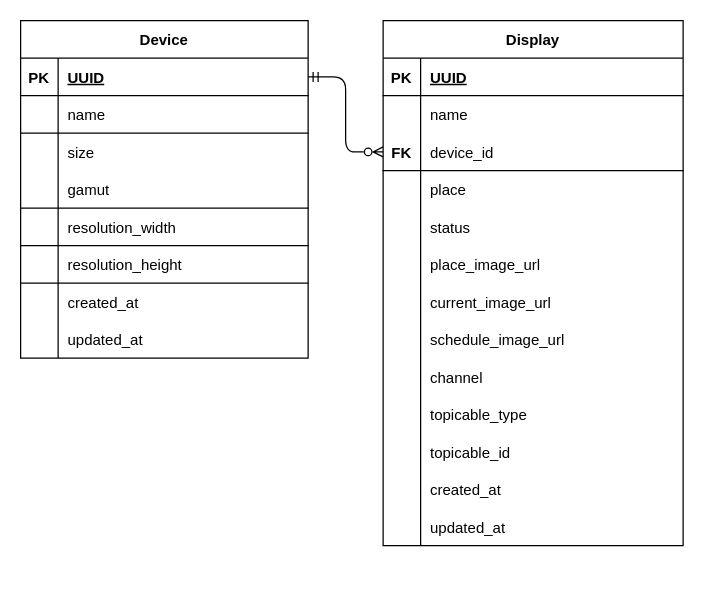
monosparta/borrow_meetingroom_display keeps this draw.io diagram as display_er_model.drawio. Above is the earlier version. Source tidied: cells renumbered, new cells numbered last; positions are measured from the earlier drawing's top-left corner, leaving out a move shared by most shapes. Both pictures are drawn from the tidied source at 125%, with x=0, y=0 at pixel (20, 20).
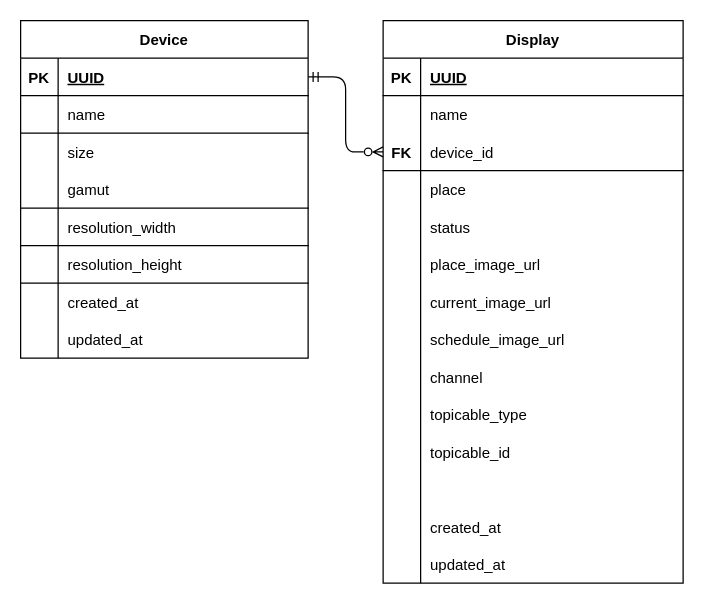
After the change.

Commit message:
feat: Display table 新增 action_start_at 資料欄

Change to the diagram source:
```diff
@@
     <mxCell id="2" value="Display" style="shape=table;startSize=30;childLayout=tableLayout;rowLines=0;fontStyle=1;align=center;fontColor=default;" parent="1" vertex="1">
-      <mxGeometry x="290" width="240" height="420" as="geometry" />
+      <mxGeometry x="290" width="240" height="450" as="geometry" />
     </mxCell>
@@
+    <mxCell id="68" style="shape=tableRow;horizontal=0;startSize=0;swimlaneHead=0;swimlaneBody=0;fillColor=none;top=0;left=0;right=0;bottom=0;fontColor=default;" parent="2" vertex="1">
+      <mxGeometry y="360" width="240" height="30" as="geometry" />
+    </mxCell>
+    <mxCell id="69" style="shape=partialRectangle;fillColor=none;top=0;left=0;bottom=0;right=0;overflow=hidden;fontColor=default;" parent="68" vertex="1">
+      <mxGeometry width="30" height="30" as="geometry" />
+    </mxCell>
+    <mxCell id="70" style="shape=partialRectangle;fillColor=none;top=0;left=0;bottom=0;right=0;align=left;spacingLeft=6;overflow=hidden;strokeColor=#FF0000;fontColor=default;" parent="68" vertex="1">
+      <mxGeometry x="30" width="210" height="30" as="geometry" />
+    </mxCell>
     <mxCell id="36" style="shape=tableRow;horizontal=0;startSize=0;swimlaneHead=0;swimlaneBody=0;fillColor=none;top=0;left=0;right=0;bottom=0;fontColor=default;" parent="2" vertex="1">
-      <mxGeometry y="360" width="240" height="30" as="geometry" />
+      <mxGeometry y="390" width="240" height="30" as="geometry" />
     </mxCell>
@@
     <mxCell id="39" style="shape=tableRow;horizontal=0;startSize=0;swimlaneHead=0;swimlaneBody=0;fillColor=none;top=0;left=0;right=0;bottom=0;fontColor=default;" parent="2" vertex="1">
-      <mxGeometry y="390" width="240" height="30" as="geometry" />
+      <mxGeometry y="420" width="240" height="30" as="geometry" />
     </mxCell>
```
